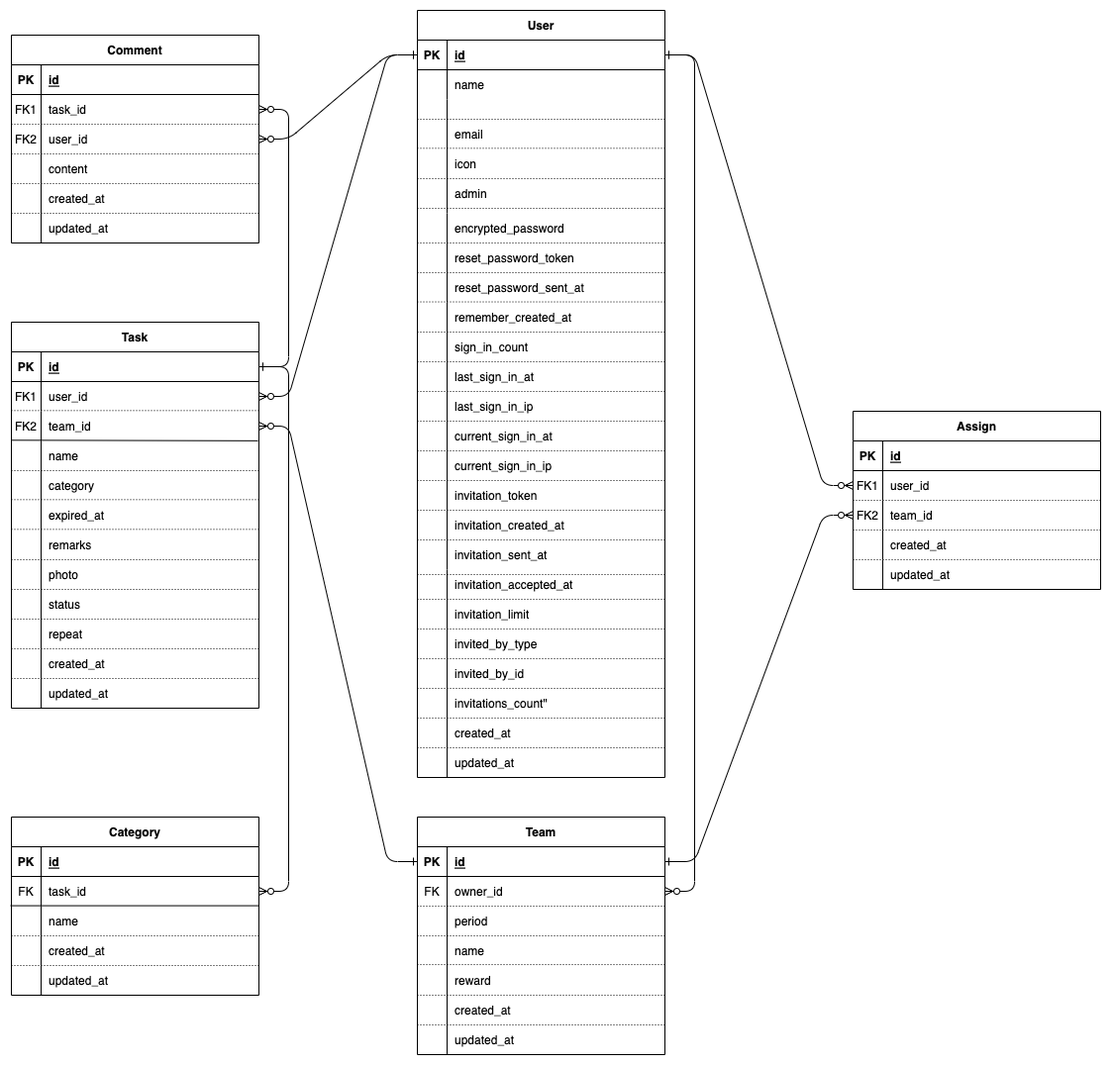
The draw.io diagram img/ER図.png in Asumi8/TOPPA, before a commit. Source tidied: cells renumbered, new cells last; positions are measured from the earlier drawing's top-left corner, leaving out a move shared by most shapes.
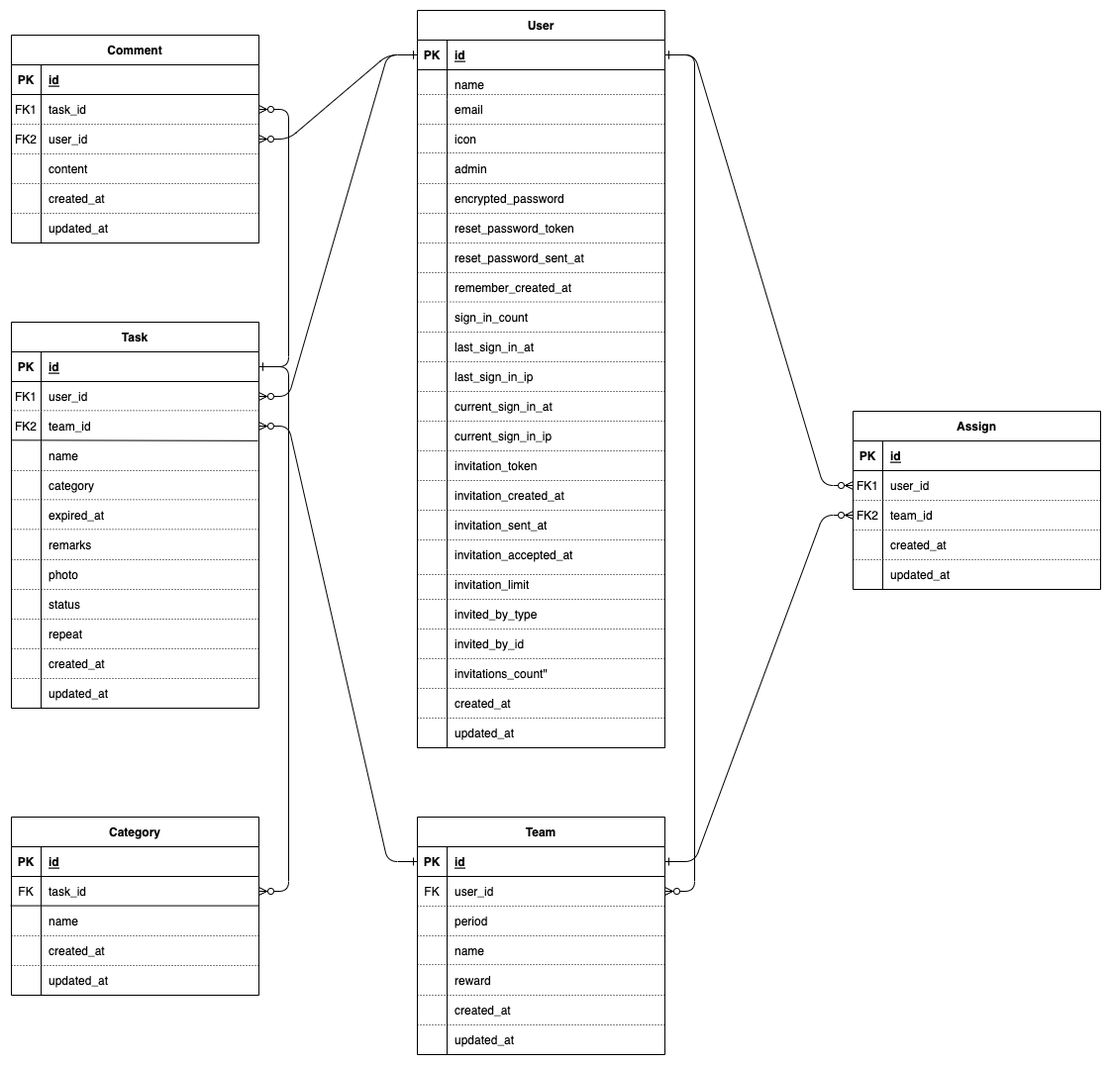
The same diagram one commit later.

Change to the diagram source:
```diff
@@ -71,7 +71,7 @@
     <mxCell id="24" style="shape=partialRectangle;overflow=hidden;fillColor=none;top=0;left=0;bottom=0;right=0;" parent="23" vertex="1">
       <mxGeometry width="30" height="30" as="geometry" />
     </mxCell>
-    <mxCell id="25" value="owner_id" style="shape=partialRectangle;overflow=hidden;fillColor=none;top=0;left=0;bottom=0;right=0;align=left;spacingLeft=6;" parent="23" vertex="1">
+    <mxCell id="25" value="user_id" style="shape=partialRectangle;overflow=hidden;fillColor=none;top=0;left=0;bottom=0;right=0;align=left;spacingLeft=6;" parent="23" vertex="1">
       <mxGeometry x="30" width="220" height="30" as="geometry" />
     </mxCell>
     <mxCell id="26" style="shape=partialRectangle;fillColor=none;top=0;left=0;right=0;bottom=0;" parent="19" vertex="1">
@@ -120,7 +120,7 @@
       <mxGeometry x="30" width="220" height="30" as="geometry" />
     </mxCell>
     <mxCell id="41" value="User" style="shape=table;startSize=30;rowLines=0;fontStyle=1;align=center;" parent="1" vertex="1">
-      <mxGeometry x="410" width="250" height="775" as="geometry" />
+      <mxGeometry x="410" width="250" height="745" as="geometry" />
     </mxCell>
     <mxCell id="42" style="shape=partialRectangle;fillColor=none;points=[[0,0.5],[1,0.5]];portConstraint=eastwest;top=0;left=0;right=0;bottom=1;" parent="41" vertex="1">
       <mxGeometry y="30" width="250" height="30" as="geometry" />
@@ -140,17 +140,8 @@
     <mxCell id="47" value="name" style="shape=partialRectangle;overflow=hidden;fillColor=none;top=0;left=0;bottom=0;right=0;align=left;spacingLeft=6;" parent="45" vertex="1">
       <mxGeometry x="30" width="220" height="30" as="geometry" />
     </mxCell>
-    <mxCell id="48" style="shape=partialRectangle;fillColor=none;top=0;left=0;right=0;bottom=0;" parent="41" vertex="1">
-      <mxGeometry y="90" width="250" height="30" as="geometry" />
-    </mxCell>
-    <mxCell id="49" style="shape=partialRectangle;overflow=hidden;fillColor=none;top=0;left=0;bottom=0;right=0;" parent="48" vertex="1">
-      <mxGeometry width="30" height="30" as="geometry" />
-    </mxCell>
-    <mxCell id="50" style="shape=partialRectangle;overflow=hidden;fillColor=none;top=0;left=0;bottom=0;right=0;align=left;spacingLeft=6;" parent="48" vertex="1">
-      <mxGeometry x="30" width="220" height="30" as="geometry" />
-    </mxCell>
     <mxCell id="51" style="shape=partialRectangle;fillColor=none;top=0;left=0;right=0;bottom=0;" parent="41" vertex="1">
-      <mxGeometry y="120" width="250" height="30" as="geometry" />
+      <mxGeometry y="90" width="250" height="30" as="geometry" />
     </mxCell>
     <mxCell id="52" style="shape=partialRectangle;overflow=hidden;fillColor=none;top=0;left=0;bottom=0;right=0;" parent="51" vertex="1">
       <mxGeometry width="30" height="30" as="geometry" />
@@ -159,7 +150,7 @@
       <mxGeometry x="30" width="220" height="30" as="geometry" />
     </mxCell>
     <mxCell id="54" style="shape=partialRectangle;fillColor=none;top=0;left=0;right=0;bottom=0;" parent="41" vertex="1">
-      <mxGeometry y="150" width="250" height="30" as="geometry" />
+      <mxGeometry y="120" width="250" height="30" as="geometry" />
     </mxCell>
     <mxCell id="55" style="shape=partialRectangle;overflow=hidden;fillColor=none;top=0;left=0;bottom=0;right=0;" parent="54" vertex="1">
       <mxGeometry width="30" height="30" as="geometry" />
@@ -168,7 +159,7 @@
       <mxGeometry x="30" width="220" height="30" as="geometry" />
     </mxCell>
     <mxCell id="57" style="shape=partialRectangle;fillColor=none;top=0;left=0;right=0;bottom=0;" parent="41" vertex="1">
-      <mxGeometry y="180" width="250" height="25" as="geometry" />
+      <mxGeometry y="150" width="250" height="25" as="geometry" />
     </mxCell>
     <mxCell id="58" style="shape=partialRectangle;overflow=hidden;fillColor=none;top=0;left=0;bottom=0;right=0;" parent="57" vertex="1">
       <mxGeometry width="30" height="25" as="geometry" />
@@ -177,7 +168,7 @@
       <mxGeometry x="30" width="220" height="25" as="geometry" />
     </mxCell>
     <mxCell id="60" style="shape=partialRectangle;fillColor=none;top=0;left=0;right=0;bottom=0;" parent="41" vertex="1">
-      <mxGeometry y="205" width="250" height="30" as="geometry" />
+      <mxGeometry y="175" width="250" height="30" as="geometry" />
     </mxCell>
     <mxCell id="61" style="shape=partialRectangle;overflow=hidden;fillColor=none;top=0;left=0;bottom=0;right=0;" parent="60" vertex="1">
       <mxGeometry width="30" height="30" as="geometry" />
@@ -186,7 +177,7 @@
       <mxGeometry x="30" width="220" height="30" as="geometry" />
     </mxCell>
     <mxCell id="63" style="shape=partialRectangle;fillColor=none;top=0;left=0;right=0;bottom=0;" parent="41" vertex="1">
-      <mxGeometry y="235" width="250" height="30" as="geometry" />
+      <mxGeometry y="205" width="250" height="30" as="geometry" />
     </mxCell>
     <mxCell id="64" style="shape=partialRectangle;overflow=hidden;fillColor=none;top=0;left=0;bottom=0;right=0;" parent="63" vertex="1">
       <mxGeometry width="30" height="30" as="geometry" />
@@ -195,7 +186,7 @@
       <mxGeometry x="30" width="220" height="30" as="geometry" />
     </mxCell>
     <mxCell id="66" style="shape=partialRectangle;fillColor=none;top=0;left=0;right=0;bottom=0;" parent="41" vertex="1">
-      <mxGeometry y="265" width="250" height="30" as="geometry" />
+      <mxGeometry y="235" width="250" height="30" as="geometry" />
     </mxCell>
     <mxCell id="67" style="shape=partialRectangle;overflow=hidden;fillColor=none;top=0;left=0;bottom=0;right=0;" parent="66" vertex="1">
       <mxGeometry width="30" height="30" as="geometry" />
@@ -204,7 +195,7 @@
       <mxGeometry x="30" width="220" height="30" as="geometry" />
     </mxCell>
     <mxCell id="69" style="shape=partialRectangle;fillColor=none;top=0;left=0;right=0;bottom=0;" parent="41" vertex="1">
-      <mxGeometry y="295" width="250" height="30" as="geometry" />
+      <mxGeometry y="265" width="250" height="30" as="geometry" />
     </mxCell>
     <mxCell id="70" style="shape=partialRectangle;overflow=hidden;fillColor=none;top=0;left=0;bottom=0;right=0;" parent="69" vertex="1">
       <mxGeometry width="30" height="30" as="geometry" />
@@ -213,7 +204,7 @@
       <mxGeometry x="30" width="220" height="30" as="geometry" />
     </mxCell>
     <mxCell id="72" style="shape=partialRectangle;fillColor=none;top=0;left=0;right=0;bottom=0;" parent="41" vertex="1">
-      <mxGeometry y="325" width="250" height="30" as="geometry" />
+      <mxGeometry y="295" width="250" height="30" as="geometry" />
     </mxCell>
     <mxCell id="73" style="shape=partialRectangle;overflow=hidden;fillColor=none;top=0;left=0;bottom=0;right=0;" parent="72" vertex="1">
       <mxGeometry width="30" height="30" as="geometry" />
@@ -222,7 +213,7 @@
       <mxGeometry x="30" width="220" height="30" as="geometry" />
     </mxCell>
     <mxCell id="75" style="shape=partialRectangle;fillColor=none;top=0;left=0;right=0;bottom=0;" parent="41" vertex="1">
-      <mxGeometry y="355" width="250" height="30" as="geometry" />
+      <mxGeometry y="325" width="250" height="30" as="geometry" />
     </mxCell>
     <mxCell id="76" style="shape=partialRectangle;overflow=hidden;fillColor=none;top=0;left=0;bottom=0;right=0;" parent="75" vertex="1">
       <mxGeometry width="30" height="30" as="geometry" />
@@ -231,7 +222,7 @@
       <mxGeometry x="30" width="220" height="30" as="geometry" />
     </mxCell>
     <mxCell id="78" style="shape=partialRectangle;fillColor=none;top=0;left=0;right=0;bottom=0;" parent="41" vertex="1">
-      <mxGeometry y="385" width="250" height="30" as="geometry" />
+      <mxGeometry y="355" width="250" height="30" as="geometry" />
     </mxCell>
     <mxCell id="79" style="shape=partialRectangle;overflow=hidden;fillColor=none;top=0;left=0;bottom=0;right=0;" parent="78" vertex="1">
       <mxGeometry width="30" height="30" as="geometry" />
@@ -240,7 +231,7 @@
       <mxGeometry x="30" width="220" height="30" as="geometry" />
     </mxCell>
     <mxCell id="81" style="shape=partialRectangle;fillColor=none;top=0;left=0;right=0;bottom=0;" parent="41" vertex="1">
-      <mxGeometry y="415" width="250" height="30" as="geometry" />
+      <mxGeometry y="385" width="250" height="30" as="geometry" />
     </mxCell>
     <mxCell id="82" style="shape=partialRectangle;overflow=hidden;fillColor=none;top=0;left=0;bottom=0;right=0;" parent="81" vertex="1">
       <mxGeometry width="30" height="30" as="geometry" />
@@ -249,7 +240,7 @@
       <mxGeometry x="30" width="220" height="30" as="geometry" />
     </mxCell>
     <mxCell id="84" style="shape=partialRectangle;fillColor=none;top=0;left=0;right=0;bottom=0;" parent="41" vertex="1">
-      <mxGeometry y="445" width="250" height="30" as="geometry" />
+      <mxGeometry y="415" width="250" height="30" as="geometry" />
     </mxCell>
     <mxCell id="85" style="shape=partialRectangle;overflow=hidden;fillColor=none;top=0;left=0;bottom=0;right=0;" parent="84" vertex="1">
       <mxGeometry width="30" height="30" as="geometry" />
@@ -258,7 +249,7 @@
       <mxGeometry x="30" width="220" height="30" as="geometry" />
     </mxCell>
     <mxCell id="87" style="shape=partialRectangle;fillColor=none;top=0;left=0;right=0;bottom=0;" parent="41" vertex="1">
-      <mxGeometry y="475" width="250" height="30" as="geometry" />
+      <mxGeometry y="445" width="250" height="30" as="geometry" />
     </mxCell>
     <mxCell id="88" style="shape=partialRectangle;overflow=hidden;fillColor=none;top=0;left=0;bottom=0;right=0;" parent="87" vertex="1">
       <mxGeometry width="30" height="30" as="geometry" />
@@ -267,7 +258,7 @@
       <mxGeometry x="30" width="220" height="30" as="geometry" />
     </mxCell>
     <mxCell id="90" style="shape=partialRectangle;fillColor=none;top=0;left=0;right=0;bottom=0;" parent="41" vertex="1">
-      <mxGeometry y="505" width="250" height="30" as="geometry" />
+      <mxGeometry y="475" width="250" height="30" as="geometry" />
     </mxCell>
     <mxCell id="91" style="shape=partialRectangle;overflow=hidden;fillColor=none;top=0;left=0;bottom=0;right=0;" parent="90" vertex="1">
       <mxGeometry width="30" height="30" as="geometry" />
@@ -276,7 +267,7 @@
       <mxGeometry x="30" width="220" height="30" as="geometry" />
     </mxCell>
     <mxCell id="93" style="shape=partialRectangle;fillColor=none;top=0;left=0;right=0;bottom=0;" parent="41" vertex="1">
-      <mxGeometry y="535" width="250" height="30" as="geometry" />
+      <mxGeometry y="505" width="250" height="30" as="geometry" />
     </mxCell>
     <mxCell id="94" style="shape=partialRectangle;overflow=hidden;fillColor=none;top=0;left=0;bottom=0;right=0;" parent="93" vertex="1">
       <mxGeometry width="30" height="30" as="geometry" />
@@ -285,7 +276,7 @@
       <mxGeometry x="30" width="220" height="30" as="geometry" />
     </mxCell>
     <mxCell id="96" style="shape=partialRectangle;fillColor=none;top=0;left=0;right=0;bottom=0;" parent="41" vertex="1">
-      <mxGeometry y="565" width="250" height="30" as="geometry" />
+      <mxGeometry y="535" width="250" height="30" as="geometry" />
     </mxCell>
     <mxCell id="97" style="shape=partialRectangle;overflow=hidden;fillColor=none;top=0;left=0;bottom=0;right=0;" parent="96" vertex="1">
       <mxGeometry width="30" height="30" as="geometry" />
@@ -294,7 +285,7 @@
       <mxGeometry x="30" width="220" height="30" as="geometry" />
     </mxCell>
     <mxCell id="99" style="shape=partialRectangle;fillColor=none;top=0;left=0;right=0;bottom=0;" parent="41" vertex="1">
-      <mxGeometry y="595" width="250" height="30" as="geometry" />
+      <mxGeometry y="565" width="250" height="30" as="geometry" />
     </mxCell>
     <mxCell id="100" style="shape=partialRectangle;overflow=hidden;fillColor=none;top=0;left=0;bottom=0;right=0;" parent="99" vertex="1">
       <mxGeometry width="30" height="30" as="geometry" />
@@ -303,7 +294,7 @@
       <mxGeometry x="30" width="220" height="30" as="geometry" />
     </mxCell>
     <mxCell id="102" style="shape=partialRectangle;fillColor=none;top=0;left=0;right=0;bottom=0;" parent="41" vertex="1">
-      <mxGeometry y="625" width="250" height="30" as="geometry" />
+      <mxGeometry y="595" width="250" height="30" as="geometry" />
     </mxCell>
     <mxCell id="103" style="shape=partialRectangle;overflow=hidden;fillColor=none;top=0;left=0;bottom=0;right=0;" parent="102" vertex="1">
       <mxGeometry width="30" height="30" as="geometry" />
@@ -312,7 +303,7 @@
       <mxGeometry x="30" width="220" height="30" as="geometry" />
     </mxCell>
     <mxCell id="105" style="shape=partialRectangle;fillColor=none;top=0;left=0;right=0;bottom=0;" parent="41" vertex="1">
-      <mxGeometry y="655" width="250" height="30" as="geometry" />
+      <mxGeometry y="625" width="250" height="30" as="geometry" />
     </mxCell>
     <mxCell id="106" style="shape=partialRectangle;overflow=hidden;fillColor=none;top=0;left=0;bottom=0;right=0;" parent="105" vertex="1">
       <mxGeometry width="30" height="30" as="geometry" />
@@ -321,7 +312,7 @@
       <mxGeometry x="30" width="220" height="30" as="geometry" />
     </mxCell>
     <mxCell id="108" style="shape=partialRectangle;fillColor=none;top=0;left=0;right=0;bottom=0;" parent="41" vertex="1">
-      <mxGeometry y="685" width="250" height="30" as="geometry" />
+      <mxGeometry y="655" width="250" height="30" as="geometry" />
     </mxCell>
     <mxCell id="109" style="shape=partialRectangle;overflow=hidden;fillColor=none;top=0;left=0;bottom=0;right=0;" parent="108" vertex="1">
       <mxGeometry width="30" height="30" as="geometry" />
@@ -330,7 +321,7 @@
       <mxGeometry x="30" width="220" height="30" as="geometry" />
     </mxCell>
     <mxCell id="111" style="shape=partialRectangle;fillColor=none;top=0;left=0;right=0;bottom=0;" parent="41" vertex="1">
-      <mxGeometry y="715" width="250" height="30" as="geometry" />
+      <mxGeometry y="685" width="250" height="30" as="geometry" />
     </mxCell>
     <mxCell id="112" style="shape=partialRectangle;overflow=hidden;fillColor=none;top=0;left=0;bottom=0;right=0;" parent="111" vertex="1">
       <mxGeometry width="30" height="30" as="geometry" />
@@ -339,7 +330,7 @@
       <mxGeometry x="30" width="220" height="30" as="geometry" />
     </mxCell>
     <mxCell id="114" style="shape=partialRectangle;fillColor=none;top=0;left=0;right=0;bottom=0;" parent="41" vertex="1">
-      <mxGeometry y="745" width="250" height="30" as="geometry" />
+      <mxGeometry y="715" width="250" height="30" as="geometry" />
     </mxCell>
     <mxCell id="115" style="shape=partialRectangle;overflow=hidden;fillColor=none;top=0;left=0;bottom=0;right=0;" parent="114" vertex="1">
       <mxGeometry width="30" height="30" as="geometry" />
@@ -348,10 +339,10 @@
       <mxGeometry x="30" width="220" height="30" as="geometry" />
     </mxCell>
     <mxCell id="117" value="email" style="shape=partialRectangle;overflow=hidden;fillColor=none;top=0;left=0;bottom=0;right=0;align=left;spacingLeft=6;" parent="1" vertex="1">
-      <mxGeometry x="440" y="110" width="220" height="30" as="geometry" />
+      <mxGeometry x="440" y="85" width="220" height="30" as="geometry" />
     </mxCell>
     <mxCell id="118" value="icon" style="shape=partialRectangle;overflow=hidden;fillColor=none;top=0;left=0;bottom=0;right=0;align=left;spacingLeft=6;" parent="1" vertex="1">
-      <mxGeometry x="440" y="140" width="220" height="30" as="geometry" />
+      <mxGeometry x="440" y="115" width="220" height="30" as="geometry" />
     </mxCell>
     <mxCell id="119" style="edgeStyle=entityRelationEdgeStyle;endArrow=ERzeroToMany;startArrow=ERone;endFill=1;startFill=0;exitX=1;exitY=0.5;exitDx=0;exitDy=0;entryX=0;entryY=0.5;entryDx=0;entryDy=0;" parent="1" edge="1" source="20" target="10">
       <mxGeometry relative="1" as="geometry" />
@@ -535,14 +526,14 @@
     </mxCell>
     <mxCell id="172" style="endArrow=none;html=1;rounded=0;dashed=1;dashPattern=1 2;entryX=1;entryY=0.5;entryDx=0;entryDy=0;" parent="1" edge="1">
       <mxGeometry relative="1" as="geometry">
-        <mxPoint x="410" y="110" as="sourcePoint" />
-        <mxPoint x="660" y="110" as="targetPoint" />
+        <mxPoint x="410" y="85" as="sourcePoint" />
+        <mxPoint x="660" y="85" as="targetPoint" />
       </mxGeometry>
     </mxCell>
     <mxCell id="173" style="endArrow=none;html=1;rounded=0;dashed=1;dashPattern=1 2;entryX=1;entryY=0.5;entryDx=0;entryDy=0;" parent="1" edge="1">
       <mxGeometry relative="1" as="geometry">
-        <mxPoint x="410" y="139.3" as="sourcePoint" />
-        <mxPoint x="660" y="139.3" as="targetPoint" />
+        <mxPoint x="410" y="115" as="sourcePoint" />
+        <mxPoint x="660" y="115" as="targetPoint" />
       </mxGeometry>
     </mxCell>
     <mxCell id="174" style="endArrow=none;html=1;rounded=0;dashed=1;dashPattern=1 2;entryX=1;entryY=0.5;entryDx=0;entryDy=0;" parent="1" edge="1">
@@ -720,12 +711,12 @@
       </mxGeometry>
     </mxCell>
     <mxCell id="225" value="admin" style="shape=partialRectangle;overflow=hidden;fillColor=none;top=0;left=0;bottom=0;right=0;align=left;spacingLeft=6;" parent="1" vertex="1">
-      <mxGeometry x="440" y="170" width="220" height="30" as="geometry" />
+      <mxGeometry x="440" y="145" width="220" height="30" as="geometry" />
     </mxCell>
     <mxCell id="226" style="endArrow=none;html=1;rounded=0;dashed=1;dashPattern=1 2;entryX=1;entryY=0.5;entryDx=0;entryDy=0;" parent="1" edge="1">
       <mxGeometry relative="1" as="geometry">
-        <mxPoint x="410" y="170" as="sourcePoint" />
-        <mxPoint x="660" y="170" as="targetPoint" />
+        <mxPoint x="410" y="144" as="sourcePoint" />
+        <mxPoint x="660" y="144" as="targetPoint" />
       </mxGeometry>
     </mxCell>
     <mxCell id="227" style="edgeStyle=entityRelationEdgeStyle;endArrow=ERzeroToMany;startArrow=ERone;endFill=1;startFill=0;exitX=0;exitY=0.5;exitDx=0;exitDy=0;entryX=1;entryY=0.5;entryDx=0;entryDy=0;" parent="1" edge="1" source="42" target="207">
@@ -784,8 +775,8 @@
     </mxCell>
     <mxCell id="238" style="endArrow=none;html=1;rounded=0;dashed=1;dashPattern=1 2;entryX=1;entryY=0.5;entryDx=0;entryDy=0;" parent="1" edge="1">
       <mxGeometry relative="1" as="geometry">
-        <mxPoint x="410" y="200" as="sourcePoint" />
-        <mxPoint x="660" y="200" as="targetPoint" />
+        <mxPoint x="410" y="205" as="sourcePoint" />
+        <mxPoint x="660" y="205" as="targetPoint" />
       </mxGeometry>
     </mxCell>
     <mxCell id="239" style="endArrow=none;html=1;rounded=0;dashed=1;dashPattern=1 2;entryX=1;entryY=0.5;entryDx=0;entryDy=0;" parent="1" edge="1">
@@ -932,5 +923,11 @@
         <mxPoint x="660" y="1025" as="targetPoint" />
       </mxGeometry>
     </mxCell>
+    <mxCell id="263" style="endArrow=none;html=1;rounded=0;dashed=1;dashPattern=1 2;entryX=1;entryY=0.5;entryDx=0;entryDy=0;" parent="1" edge="1">
+      <mxGeometry relative="1" as="geometry">
+        <mxPoint x="410" y="175" as="sourcePoint" />
+        <mxPoint x="660" y="175" as="targetPoint" />
+      </mxGeometry>
+    </mxCell>
   </root>
 </mxGraphModel>
```
